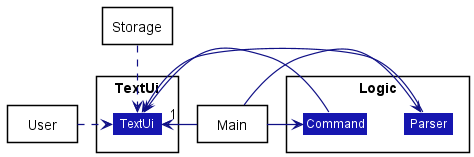
Above: docs/images/UiComponent.png in nus-cs2113-AY2122S1/tp (PlantUML), before the change.
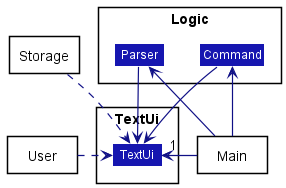
The same diagram one commit later.

What changed in the source:
```diff
@@ -25,8 +25,8 @@
 
 User .right> TextUi
 Main -> "1" TextUi
-Main -> Parser
-Main -> Command
+Main -up-> Parser
+Main -up> Command
 Parser -> TextUi
 Command -> TextUi
 Storage ..> TextUi
```
